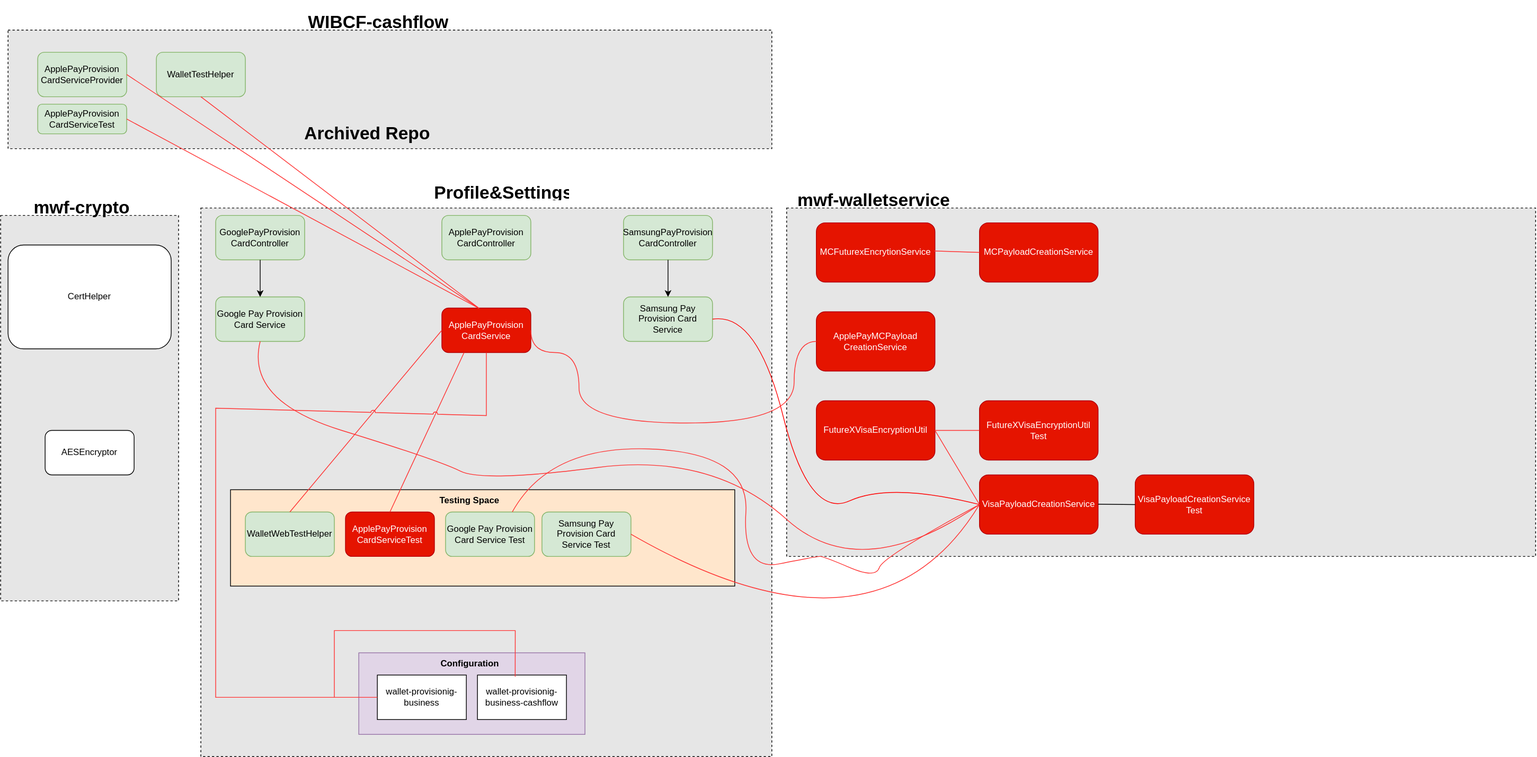
uchiharizvi/design-diagrams keeps this draw.io diagram as Work Samples/WF/Bouncy_Castle_Dependencies_Removal.drawio.svg. Above is the earlier version. Source tidied: cells renumbered, new cells last; positions are measured from the earlier drawing's top-left corner, leaving out a move shared by most shapes.
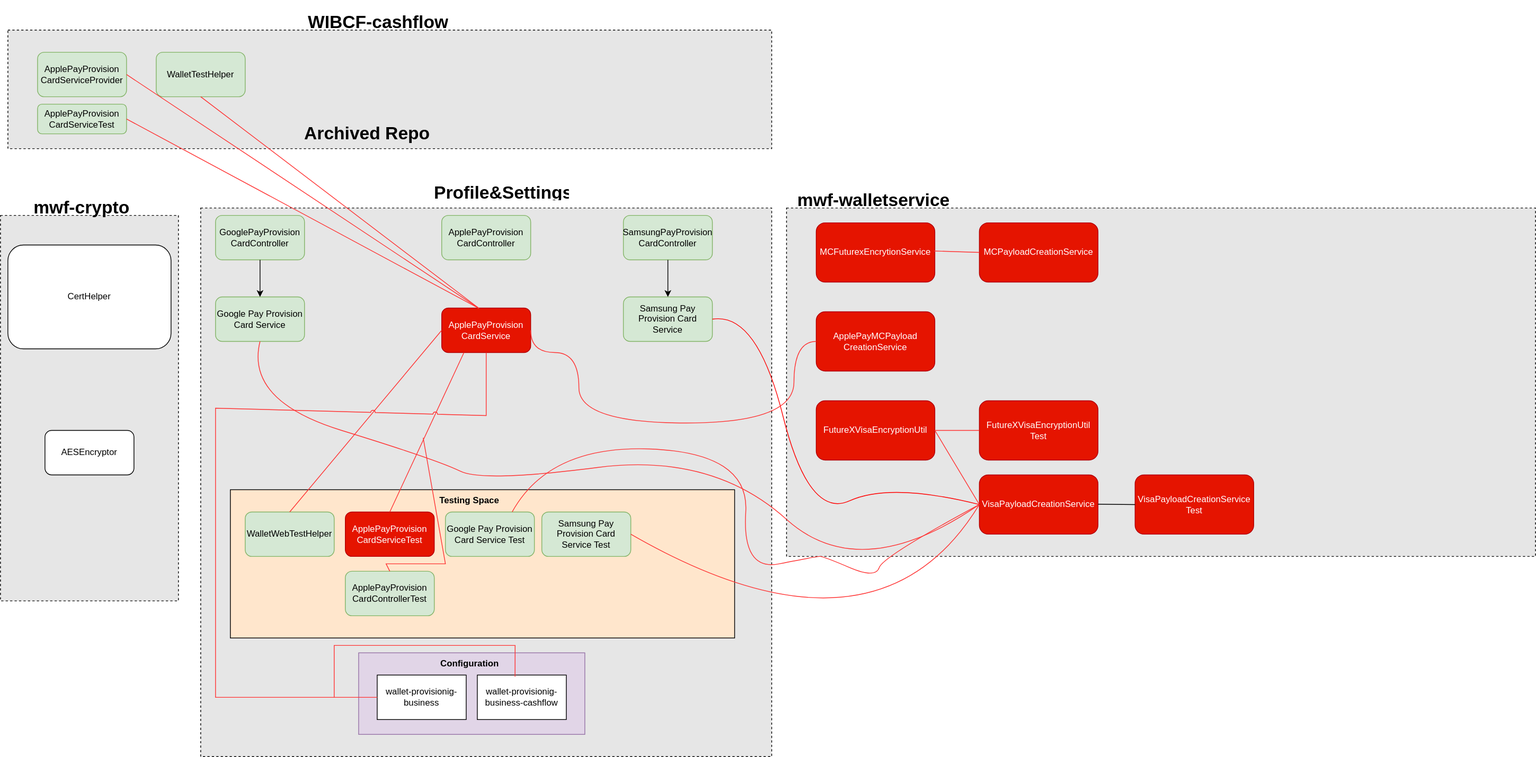
After the commit.

The edit, as a diff of the source:
```diff
@@ -6,7 +6,7 @@
       <mxGeometry x="270" y="270" width="770" height="740" as="geometry" />
     </mxCell>
     <mxCell id="3" style="rounded=0;whiteSpace=wrap;html=1;fillColor=#FFE6CC;" parent="1" vertex="1">
-      <mxGeometry x="310" y="650" width="680" height="130" as="geometry" />
+      <mxGeometry x="310" y="650" width="680" height="200" as="geometry" />
     </mxCell>
     <mxCell id="4" value="ApplePayProvision&lt;br style=&quot;border-color: var(--border-color);&quot;&gt;CardController" style="rounded=1;whiteSpace=wrap;html=1;fillColor=#d5e8d4;strokeColor=#82b366;" parent="1" vertex="1">
       <mxGeometry x="595" y="280" width="120" height="60" as="geometry" />
@@ -213,10 +213,23 @@
       <mxGeometry relative="1" as="geometry">
         <mxPoint x="450" y="930" as="sourcePoint" />
         <Array as="points">
-          <mxPoint x="450" y="840" />
-          <mxPoint x="694" y="840" />
+          <mxPoint x="450" y="860" />
+          <mxPoint x="570" y="860" />
+          <mxPoint x="694" y="860" />
         </Array>
       </mxGeometry>
     </mxCell>
+    <mxCell id="57" value="ApplePayProvision&lt;br style=&quot;border-color: var(--border-color);&quot;&gt;CardControllerTest" style="rounded=1;whiteSpace=wrap;html=1;fillColor=#d5e8d4;strokeColor=#82b366;" parent="1" vertex="1">
+      <mxGeometry x="465" y="760" width="120" height="60" as="geometry" />
+    </mxCell>
+    <mxCell id="58" style="endArrow=none;html=1;rounded=0;entryX=0.5;entryY=0;entryDx=0;entryDy=0;strokeColor=#FF3333;" parent="1" edge="1" target="57">
+      <mxGeometry relative="1" as="geometry">
+        <mxPoint x="570" y="580" as="sourcePoint" />
+        <Array as="points">
+          <mxPoint x="600" y="750" />
+          <mxPoint x="520" y="750" />
+        </Array>
+      </mxGeometry>
+    </mxCell>
   </root>
 </mxGraphModel>
```
